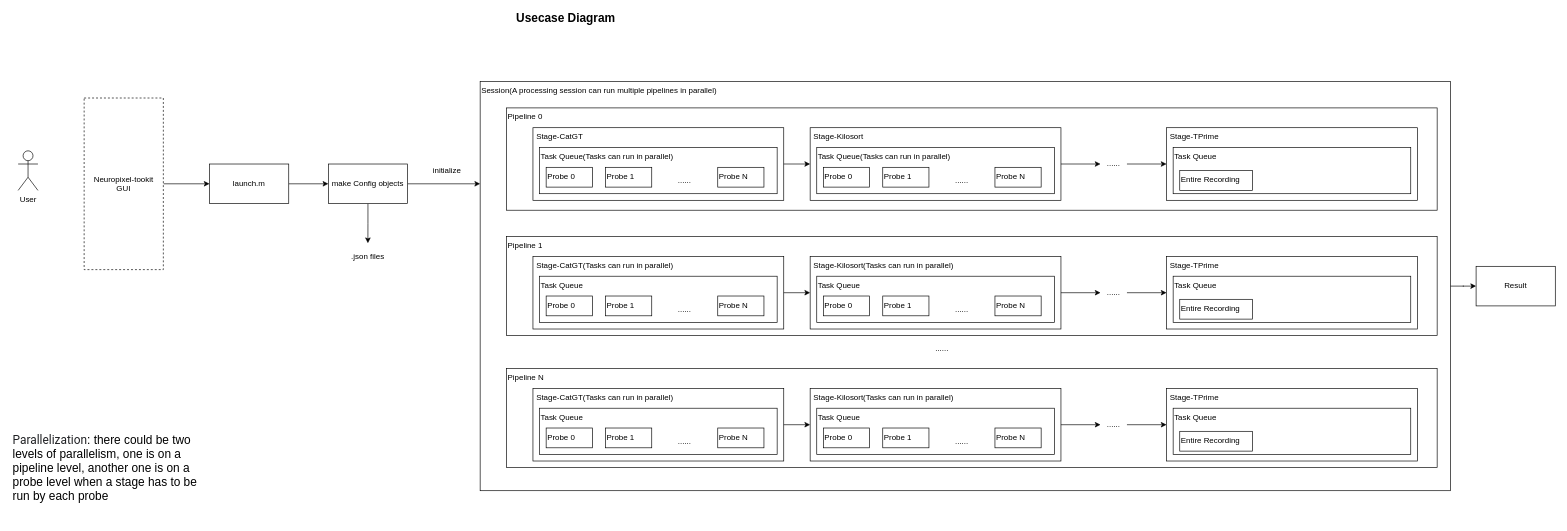
This is docs/usecase_diagram.drawio from MATLAB-Community-Toolboxes-at-INCF/neuropixels-toolkit, a draw.io file, before an edit. Source tidied: cells renumbered, new cells numbered last; positions are measured from the earlier drawing's top-left corner, leaving out a move shared by most shapes. Both pictures are drawn from the tidied source at 66%, with x=0, y=0 at pixel (11, 12).
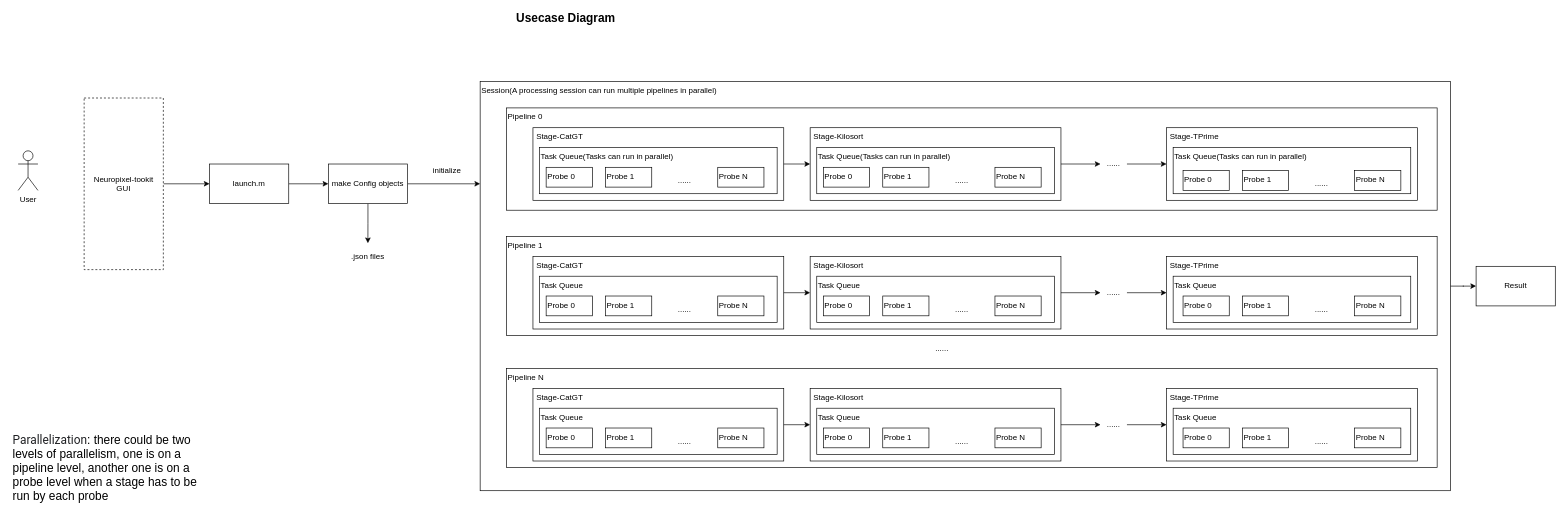
The same diagram, later.

The change refers to these unchanged cells:
```xml
<mxCell id="33" style="group;" parent="1" vertex="1">
  <mxGeometry x="1750" y="175" width="380" height="110" as="geometry" />
</mxCell>
<mxCell id="40" style="group;" parent="1" vertex="1">
  <mxGeometry x="790" y="370" width="380" height="110" as="geometry" />
</mxCell>
<mxCell id="47" style="group;" parent="1" vertex="1">
  <mxGeometry x="1210" y="370" width="380" height="110" as="geometry" />
</mxCell>
<mxCell id="56" style="group;" parent="1" vertex="1">
  <mxGeometry x="1750" y="370" width="380" height="110" as="geometry" />
</mxCell>
<mxCell id="63" style="group;" parent="1" vertex="1">
  <mxGeometry x="790" y="570" width="380" height="110" as="geometry" />
</mxCell>
<mxCell id="70" style="group;" parent="1" vertex="1">
  <mxGeometry x="1210" y="570" width="380" height="110" as="geometry" />
</mxCell>
<mxCell id="79" style="group;" parent="1" vertex="1">
  <mxGeometry x="1750" y="570" width="380" height="110" as="geometry" />
</mxCell>
```

Change to the diagram source:
```diff
@@
-    <mxCell id="35" value="Task Queue" style="rounded=0;whiteSpace=wrap;html=1;verticalAlign=top;align=left;" parent="33" vertex="1">
+    <mxCell id="35" value="Task Queue(Tasks can run in parallel)" style="rounded=0;whiteSpace=wrap;html=1;verticalAlign=top;align=left;" parent="33" vertex="1">
       <mxGeometry x="10" y="30" width="360" height="70" as="geometry" />
     </mxCell>
-    <mxCell id="36" value="Entire Recording" style="rounded=0;whiteSpace=wrap;html=1;align=left;verticalAlign=top;" parent="33" vertex="1">
-      <mxGeometry x="20" y="65" width="110" height="30" as="geometry" />
-    </mxCell>
+    <mxCell id="87" value="Probe 0" style="rounded=0;whiteSpace=wrap;html=1;align=left;verticalAlign=top;" parent="33" vertex="1">
+      <mxGeometry x="25" y="65" width="70" height="30" as="geometry" />
+    </mxCell>
+    <mxCell id="88" value="Probe 1" style="rounded=0;whiteSpace=wrap;html=1;align=left;verticalAlign=top;" parent="33" vertex="1">
+      <mxGeometry x="115" y="65" width="70" height="30" as="geometry" />
+    </mxCell>
+    <mxCell id="89" value="Probe N" style="rounded=0;whiteSpace=wrap;html=1;align=left;verticalAlign=top;" parent="33" vertex="1">
+      <mxGeometry x="285" y="65" width="70" height="30" as="geometry" />
+    </mxCell>
+    <mxCell id="90" value="......" style="text;html=1;strokeColor=none;fillColor=none;align=center;verticalAlign=middle;whiteSpace=wrap;rounded=0;" parent="33" vertex="1">
+      <mxGeometry x="215" y="75" width="40" height="20" as="geometry" />
+    </mxCell>
@@
-    <mxCell id="41" value="&amp;nbsp;Stage-CatGT(Tasks can run in parallel)" style="rounded=0;whiteSpace=wrap;html=1;align=left;verticalAlign=top;" parent="40" vertex="1">
+    <mxCell id="41" value="&amp;nbsp;Stage-CatGT" style="rounded=0;whiteSpace=wrap;html=1;align=left;verticalAlign=top;" parent="40" vertex="1">
       <mxGeometry width="380" height="110" as="geometry" />
     </mxCell>
@@
-    <mxCell id="48" value="&amp;nbsp;Stage-Kilosort(Tasks can run in parallel)" style="rounded=0;whiteSpace=wrap;html=1;align=left;verticalAlign=top;" parent="47" vertex="1">
+    <mxCell id="48" value="&amp;nbsp;Stage-Kilosort" style="rounded=0;whiteSpace=wrap;html=1;align=left;verticalAlign=top;" parent="47" vertex="1">
       <mxGeometry width="380" height="110" as="geometry" />
     </mxCell>
@@
-    <mxCell id="59" value="Entire Recording" style="rounded=0;whiteSpace=wrap;html=1;align=left;verticalAlign=top;" parent="56" vertex="1">
-      <mxGeometry x="20" y="65" width="110" height="30" as="geometry" />
-    </mxCell>
+    <mxCell id="91" value="Probe 0" style="rounded=0;whiteSpace=wrap;html=1;align=left;verticalAlign=top;" parent="56" vertex="1">
+      <mxGeometry x="25" y="60" width="70" height="30" as="geometry" />
+    </mxCell>
+    <mxCell id="92" value="Probe 1" style="rounded=0;whiteSpace=wrap;html=1;align=left;verticalAlign=top;" parent="56" vertex="1">
+      <mxGeometry x="115" y="60" width="70" height="30" as="geometry" />
+    </mxCell>
+    <mxCell id="93" value="Probe N" style="rounded=0;whiteSpace=wrap;html=1;align=left;verticalAlign=top;" parent="56" vertex="1">
+      <mxGeometry x="285" y="60" width="70" height="30" as="geometry" />
+    </mxCell>
+    <mxCell id="94" value="......" style="text;html=1;strokeColor=none;fillColor=none;align=center;verticalAlign=middle;whiteSpace=wrap;rounded=0;" parent="56" vertex="1">
+      <mxGeometry x="215" y="70" width="40" height="20" as="geometry" />
+    </mxCell>
@@
-    <mxCell id="64" value="&amp;nbsp;Stage-CatGT(Tasks can run in parallel)" style="rounded=0;whiteSpace=wrap;html=1;align=left;verticalAlign=top;" parent="63" vertex="1">
+    <mxCell id="64" value="&amp;nbsp;Stage-CatGT" style="rounded=0;whiteSpace=wrap;html=1;align=left;verticalAlign=top;" parent="63" vertex="1">
       <mxGeometry width="380" height="110" as="geometry" />
     </mxCell>
@@
-    <mxCell id="71" value="&amp;nbsp;Stage-Kilosort(Tasks can run in parallel)" style="rounded=0;whiteSpace=wrap;html=1;align=left;verticalAlign=top;" parent="70" vertex="1">
+    <mxCell id="71" value="&amp;nbsp;Stage-Kilosort" style="rounded=0;whiteSpace=wrap;html=1;align=left;verticalAlign=top;" parent="70" vertex="1">
       <mxGeometry width="380" height="110" as="geometry" />
     </mxCell>
@@
-    <mxCell id="82" value="Entire Recording" style="rounded=0;whiteSpace=wrap;html=1;align=left;verticalAlign=top;" parent="79" vertex="1">
-      <mxGeometry x="20" y="65" width="110" height="30" as="geometry" />
-    </mxCell>
+    <mxCell id="95" value="Probe 0" style="rounded=0;whiteSpace=wrap;html=1;align=left;verticalAlign=top;" parent="79" vertex="1">
+      <mxGeometry x="25" y="60" width="70" height="30" as="geometry" />
+    </mxCell>
+    <mxCell id="96" value="Probe 1" style="rounded=0;whiteSpace=wrap;html=1;align=left;verticalAlign=top;" parent="79" vertex="1">
+      <mxGeometry x="115" y="60" width="70" height="30" as="geometry" />
+    </mxCell>
+    <mxCell id="97" value="Probe N" style="rounded=0;whiteSpace=wrap;html=1;align=left;verticalAlign=top;" parent="79" vertex="1">
+      <mxGeometry x="285" y="60" width="70" height="30" as="geometry" />
+    </mxCell>
+    <mxCell id="98" value="......" style="text;html=1;strokeColor=none;fillColor=none;align=center;verticalAlign=middle;whiteSpace=wrap;rounded=0;" parent="79" vertex="1">
+      <mxGeometry x="215" y="70" width="40" height="20" as="geometry" />
+    </mxCell>
```
